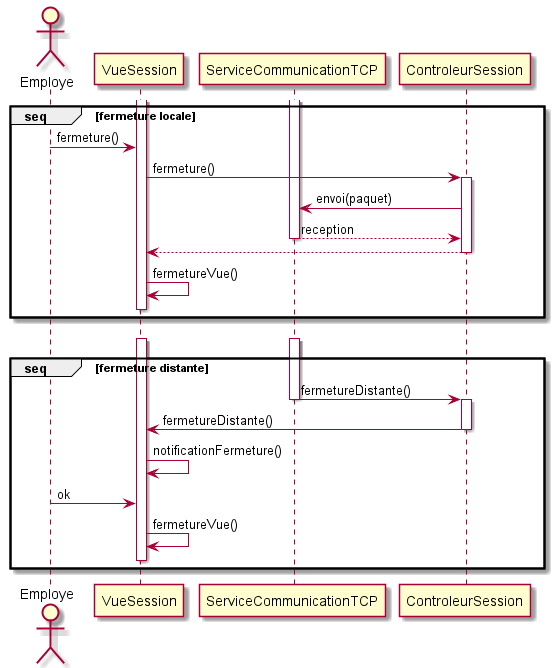
Above: sequence/fermeture_session.png in arc-hugo/clavardage_uml (PlantUML), before the change.
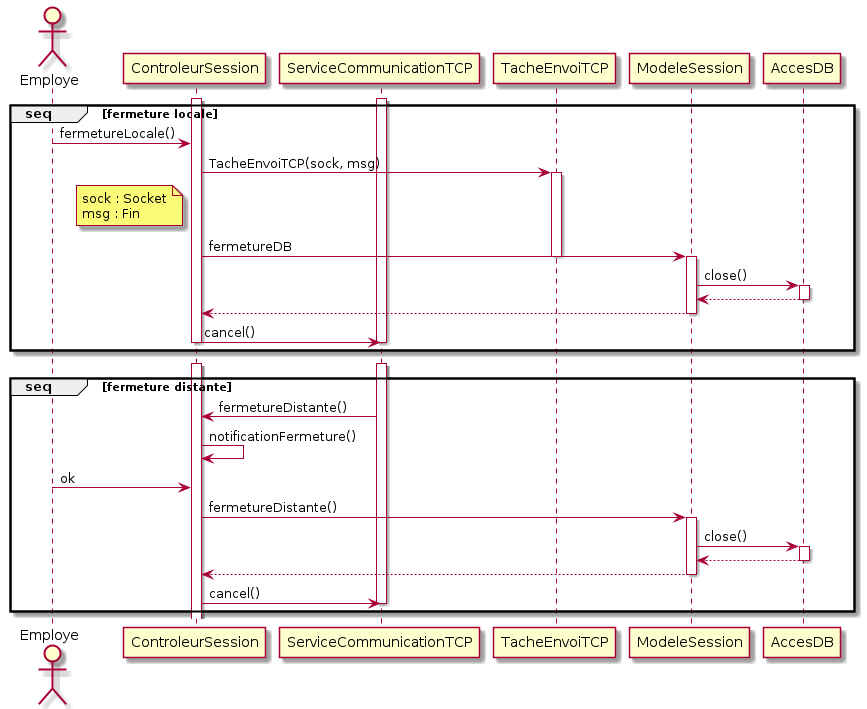
After the commit.

The edit, as a diff of the source:
```diff
@@ -1,33 +1,44 @@
 @startuml fermeture_session
 actor Employe
-activate VueSession
+activate ControleurSession
 activate ServiceCommunicationTCP
 group seq [fermeture locale]
-    Employe -> VueSession : fermeture()
-    VueSession -> ControleurSession : fermeture()
-    activate ControleurSession
-    ControleurSession ->  ServiceCommunicationTCP : envoi(paquet)
-    ServiceCommunicationTCP --> ControleurSession : reception
+    Employe -> ControleurSession : fermetureLocale()
+    ControleurSession ->  TacheEnvoiTCP : TacheEnvoiTCP(sock, msg)
+    activate TacheEnvoiTCP
+    note left of ControleurSession
+    sock : Socket
+    msg : Fin
+    end note
+    ControleurSession -> ModeleSession : fermetureDB
+    deactivate TacheEnvoiTCP
+    activate ModeleSession
+    ModeleSession -> AccesDB : close()
+    activate AccesDB
+    AccesDB --> ModeleSession
+    deactivate AccesDB
+    ModeleSession --> ControleurSession
+    deactivate ModeleSession
+    ControleurSession -> ServiceCommunicationTCP : cancel()
     deactivate ServiceCommunicationTCP
-    ControleurSession --> VueSession
     deactivate ControleurSession
-    VueSession -> VueSession : fermetureVue()
-    VueSession [hidden]-> ServiceCommunicationTCP
-    deactivate VueSession
 end
-VueSession [hidden]-> VueSession
+ControleurSession -[hidden]-> ServiceCommunicationTCP
 activate ServiceCommunicationTCP
-activate VueSession
+activate ControleurSession
 group seq [fermeture distante]
     ServiceCommunicationTCP -> ControleurSession : fermetureDistante()
+    ControleurSession -> ControleurSession : notificationFermeture()
+    Employe -> ControleurSession : ok
+    ControleurSession -> ModeleSession : fermetureDistante()
+    activate ModeleSession
+    ModeleSession -> AccesDB : close()
+    activate AccesDB
+    AccesDB --> ModeleSession
+    deactivate AccesDB
+    ModeleSession --> ControleurSession
+    deactivate ModeleSession
+    ControleurSession -> ServiceCommunicationTCP : cancel()
     deactivate ServiceCommunicationTCP
-    activate ControleurSession
-    ControleurSession -> VueSession : fermetureDistante()
-    deactivate ControleurSession
-    VueSession -> VueSession : notificationFermeture()
-    Employe -> VueSession : ok
-    VueSession -> VueSession : fermetureVue()
-    VueSession [hidden]-> ServiceCommunicationTCP
-    deactivate VueSession
 end
 @enduml
```
